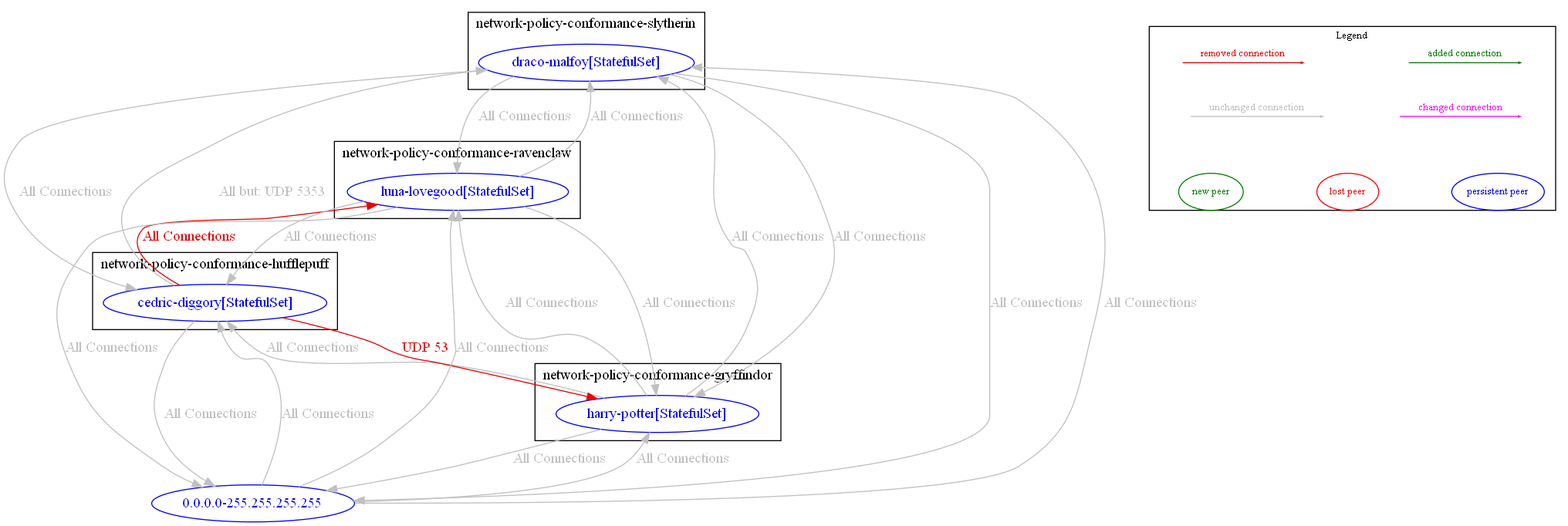
This is test_outputs/diff/diff_between_anp_test_10_swapping_rules_and_anp_test_10.dot.png from np-guard/netpol-analyzer, a Graphviz export, as it was before one commit. Its source is kept beside it as test_outputs/diff/diff_between_anp_test_10_swapping_rules_and_anp_test_10.dot.
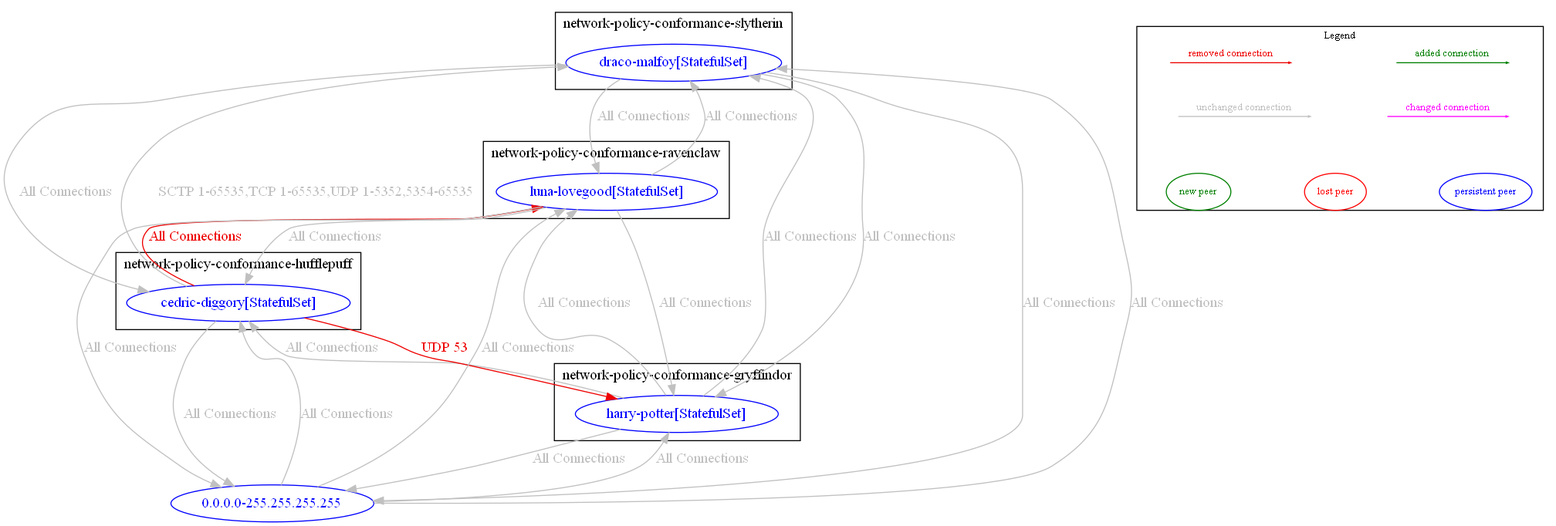
The same file after the commit.

The edit, as a diff of the source:
```diff
@@ -27,7 +27,7 @@
 	"network-policy-conformance-hufflepuff/cedric-diggory[StatefulSet]" -> "0.0.0.0-255.255.255.255" [label="All Connections" color="grey" fontcolor="grey" weight=1]
 	"network-policy-conformance-hufflepuff/cedric-diggory[StatefulSet]" -> "network-policy-conformance-gryffindor/harry-potter[StatefulSet]" [label="UDP 53" color="red2" fontcolor="red2" weight=1]
 	"network-policy-conformance-hufflepuff/cedric-diggory[StatefulSet]" -> "network-policy-conformance-ravenclaw/luna-lovegood[StatefulSet]" [label="All Connections" color="red2" fontcolor="red2" weight=0.5]
-	"network-policy-conformance-hufflepuff/cedric-diggory[StatefulSet]" -> "network-policy-conformance-slytherin/draco-malfoy[StatefulSet]" [label="All but: UDP 5353" color="grey" fontcolor="grey" weight=0.5]
+	"network-policy-conformance-hufflepuff/cedric-diggory[StatefulSet]" -> "network-policy-conformance-slytherin/draco-malfoy[StatefulSet]" [label="SCTP 1-65535,TCP 1-65535,UDP 1-5352,5354-65535" color="grey" fontcolor="grey" weight=0.5]
 	"network-policy-conformance-ravenclaw/luna-lovegood[StatefulSet]" -> "0.0.0.0-255.255.255.255" [label="All Connections" color="grey" fontcolor="grey" weight=1]
 	"network-policy-conformance-ravenclaw/luna-lovegood[StatefulSet]" -> "network-policy-conformance-gryffindor/harry-potter[StatefulSet]" [label="All Connections" color="grey" fontcolor="grey" weight=1]
 	"network-policy-conformance-ravenclaw/luna-lovegood[StatefulSet]" -> "network-policy-conformance-hufflepuff/cedric-diggory[StatefulSet]" [label="All Connections" color="grey" fontcolor="grey" weight=1]
```
